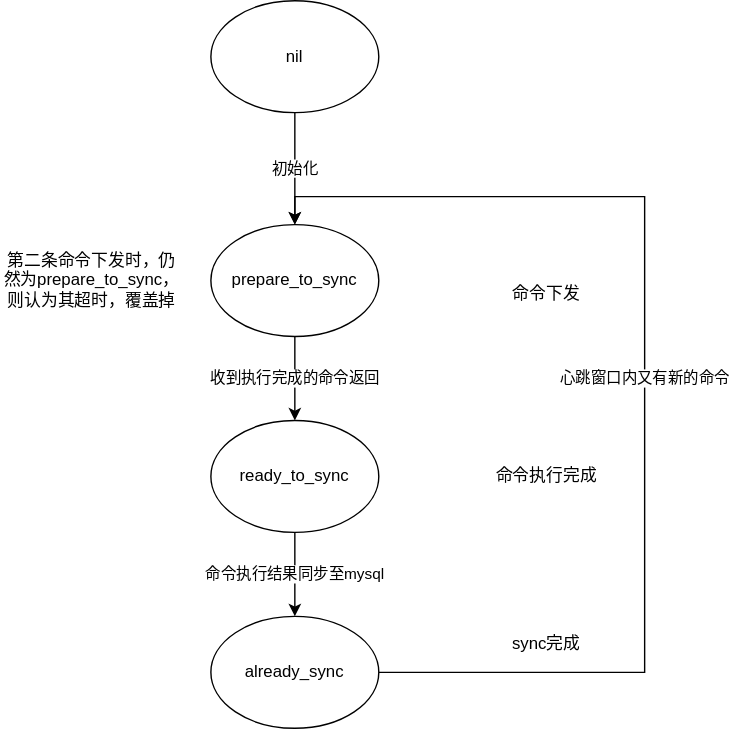
Above: tc_服务端命令执行状态转换.svg in c17abab/diag_pics (draw.io), before the change. Source tidied: cells renumbered, new cells last; positions are measured from the earlier drawing's top-left corner, leaving out a move shared by most shapes.
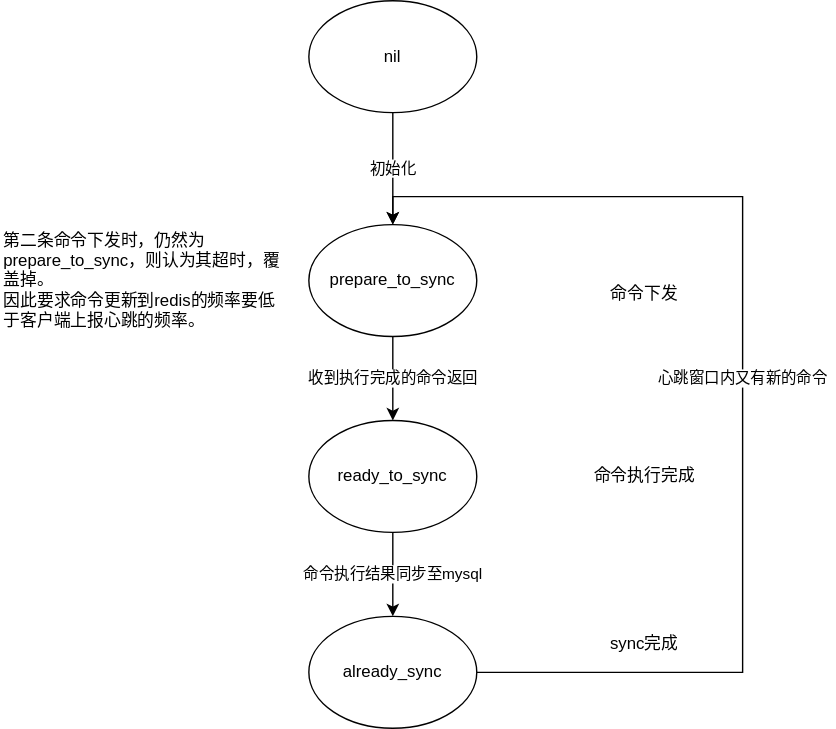
The same file after the commit.

Commit message:
更新tc_服务端命令执行状态转换.svg

What changed in the source:
```diff
@@ -41,8 +41,8 @@
     <mxCell id="12" value="nil" style="ellipse;whiteSpace=wrap;html=1;rounded=1;" parent="1" vertex="1">
       <mxGeometry x="150" width="120" height="80" as="geometry" />
     </mxCell>
-    <mxCell id="13" value="第二条命令下发时，仍然为prepare_to_sync，则认为其超时，覆盖掉" style="text;html=1;strokeColor=none;fillColor=none;align=center;verticalAlign=middle;whiteSpace=wrap;rounded=0;" parent="1" vertex="1">
-      <mxGeometry y="190" width="130" height="20" as="geometry" />
+    <mxCell id="13" value="第二条命令下发时，仍然为prepare_to_sync，则认为其超时，覆盖掉。&lt;br&gt;因此要求命令更新到redis的频率要低于客户端上报心跳的频率。" style="text;html=1;strokeColor=none;fillColor=none;align=left;verticalAlign=middle;whiteSpace=wrap;rounded=0;" parent="1" vertex="1">
+      <mxGeometry x="-70" y="190" width="200" height="20" as="geometry" />
     </mxCell>
   </root>
 </mxGraphModel>
```
